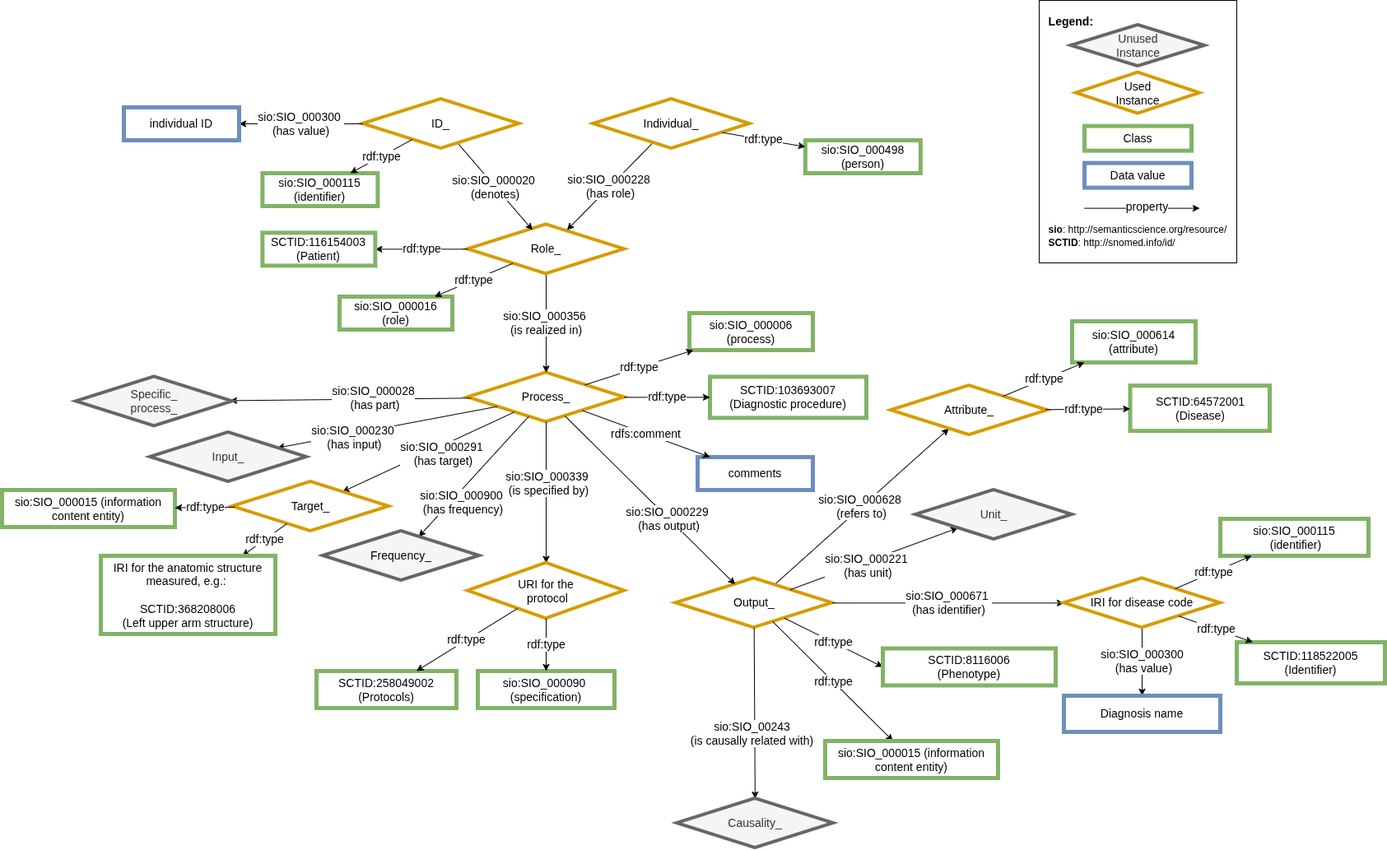
This is images/snomed/CARE-SM-snomed-Diagnosis.drawio.png from CARE-SM/CARE-Semantic-Model, a draw.io export, as it was before one commit. Source tidied: cells renumbered, new cells last; positions are measured from the earlier drawing's top-left corner, leaving out a move shared by most shapes.
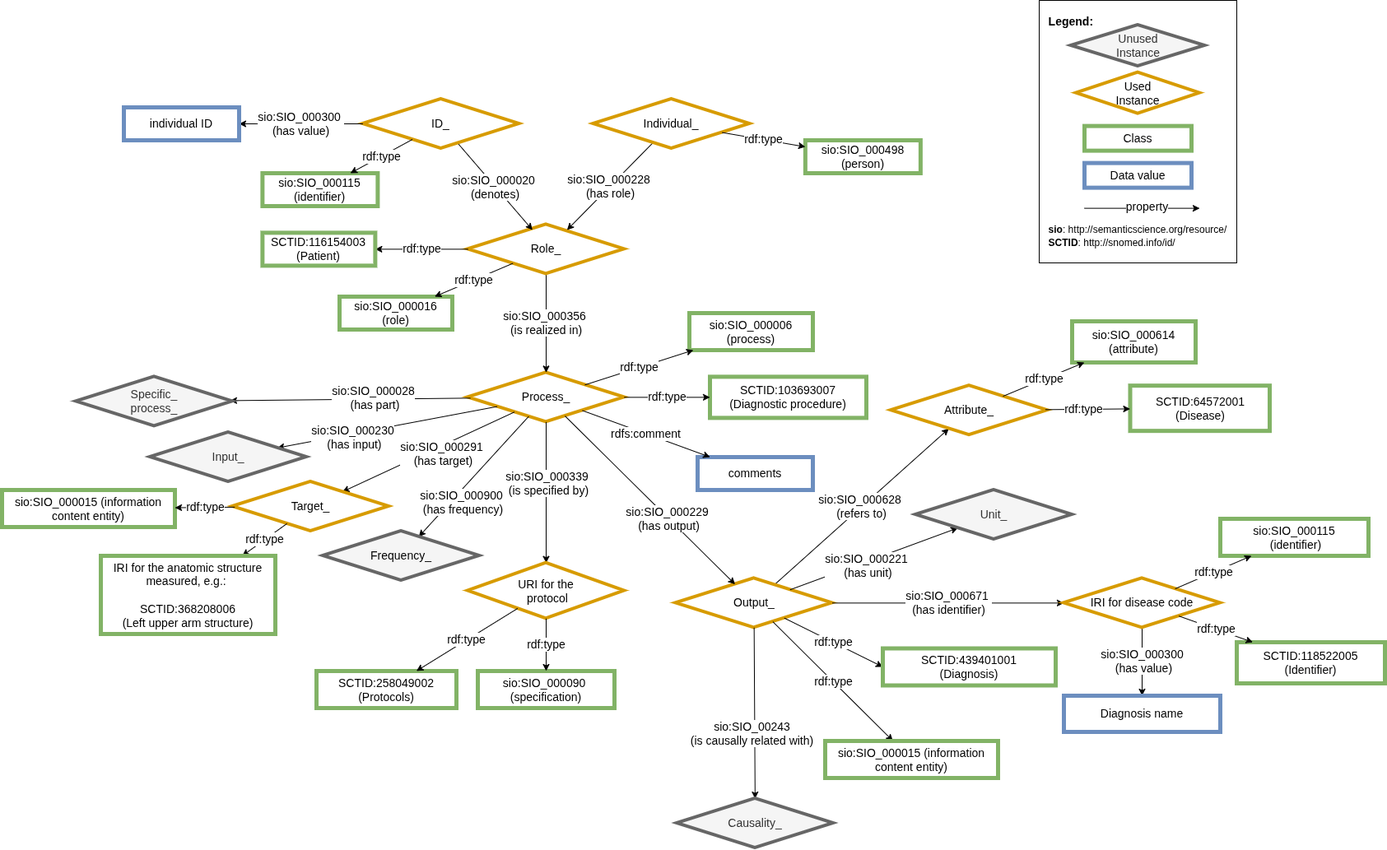
Later version of the same file.

Commit message:
Wrong typed output

What changed in the source:
```diff
@@ -90,7 +90,7 @@
     <mxCell id="27" value="rdf:type" style="edgeStyle=none;rounded=0;jettySize=auto;html=1;entryX=0;entryY=0.5;entryDx=0;entryDy=0;fontSize=14;" parent="1" edge="1" source="3" target="28">
       <mxGeometry relative="1" as="geometry" />
     </mxCell>
-    <mxCell id="28" value="SCTID:8116006&lt;div&gt;(Phenotype)&lt;/div&gt;" style="whiteSpace=wrap;html=1;fillColor=#FFFFFF;strokeColor=#82b366;strokeWidth=5;fontSize=14;" parent="1" vertex="1">
+    <mxCell id="28" value="SCTID:439401001&lt;div&gt;(Diagnosis)&lt;/div&gt;" style="whiteSpace=wrap;html=1;fillColor=#FFFFFF;strokeColor=#82b366;strokeWidth=5;fontSize=14;" parent="1" vertex="1">
       <mxGeometry x="1070" y="787.5" width="210" height="45" as="geometry" />
     </mxCell>
     <mxCell id="29" value="rdf:type" style="edgeStyle=none;rounded=0;jettySize=auto;html=1;entryX=1;entryY=0.5;entryDx=0;entryDy=0;fontSize=14;" parent="1" edge="1" source="9" target="30">
```
